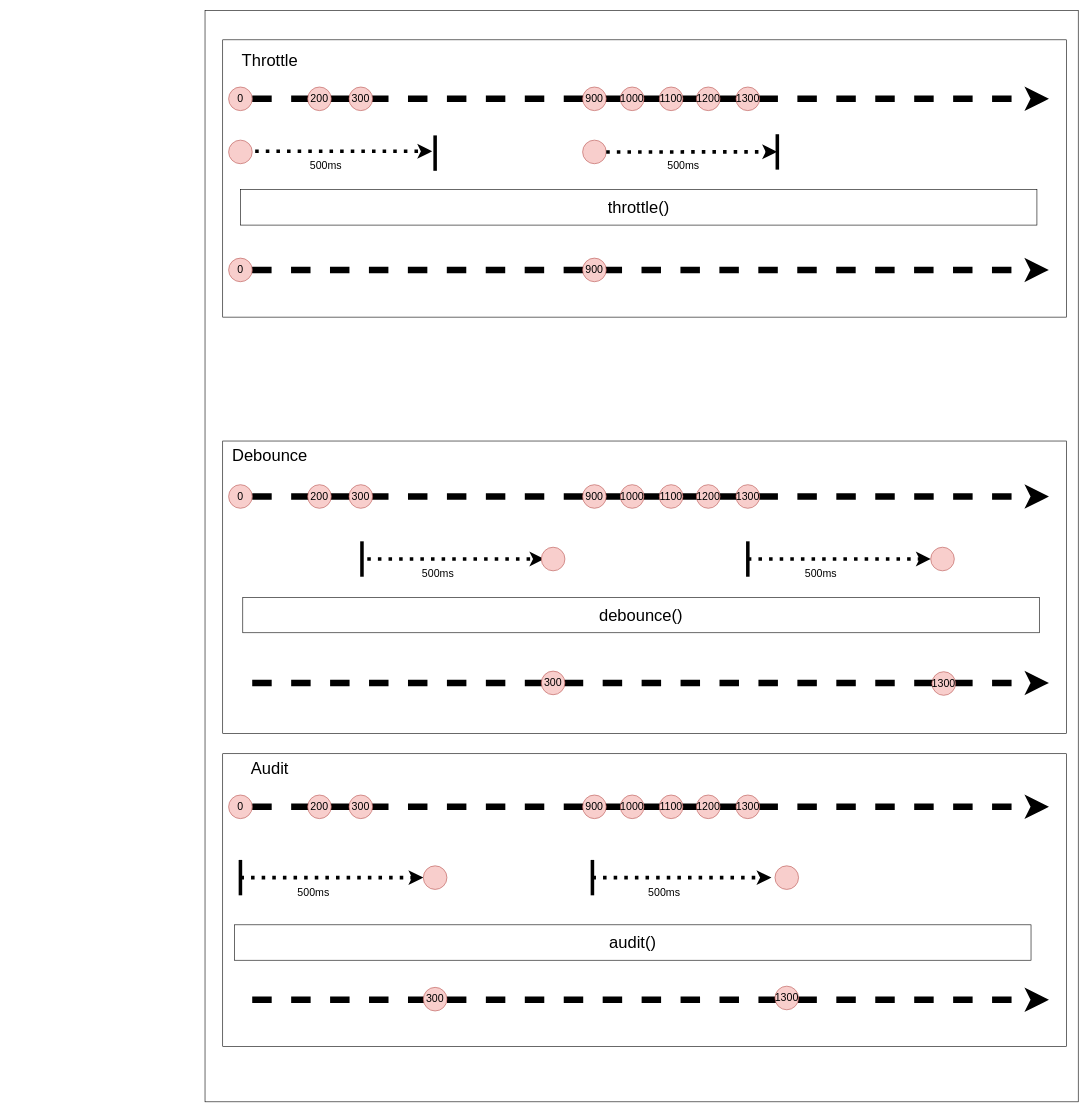
Earlier version of the draw.io diagram diagrams/EventFunction.drawio (50ra4/react-carousel-sample). Source tidied: cells renumbered, new cells numbered last; positions are measured from the earlier drawing's top-left corner, leaving out a move shared by most shapes. Both pictures are drawn from the tidied source at 59%, with x=0, y=0 at pixel (10, 10).
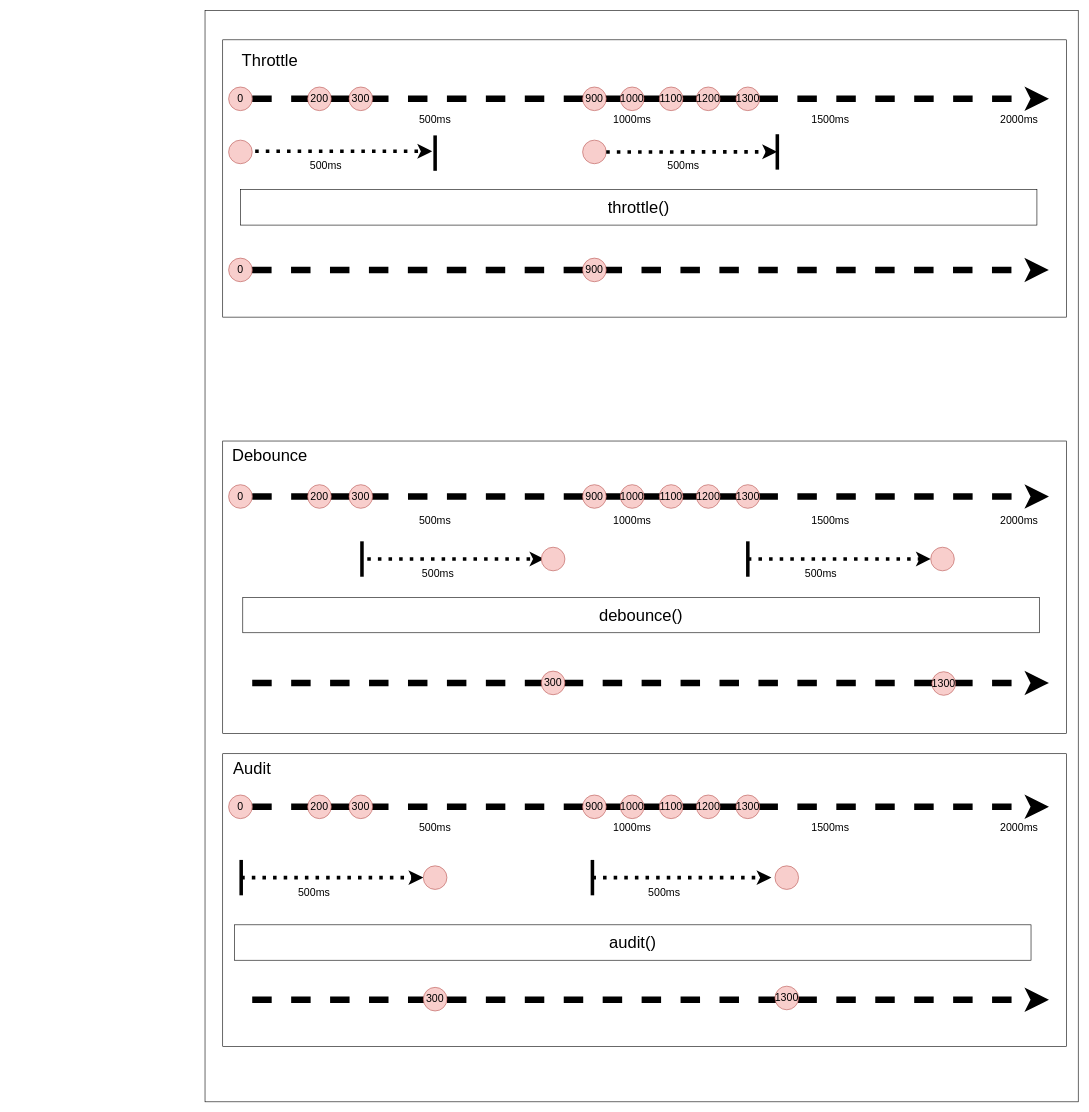
The same page after the edit.

The change refers to these unchanged cells:
```xml
<mxCell id="3" style="group;" parent="1" vertex="1">
  <mxGeometry x="360" y="730" width="1430" height="496" as="geometry" />
</mxCell>
<mxCell id="62" style="group;" parent="1" vertex="1">
  <mxGeometry x="360" y="1260" width="1430" height="496" as="geometry" />
</mxCell>
```

The edit, as a diff of the source:
```diff
@@
+    <mxCell id="91" value="500ms" style="text;html=1;strokeColor=none;fillColor=none;align=center;verticalAlign=middle;whiteSpace=wrap;rounded=0;fontSize=18;" parent="3" vertex="1">
+      <mxGeometry x="330" y="120" width="60" height="30" as="geometry" />
+    </mxCell>
+    <mxCell id="92" value="1000ms" style="text;html=1;strokeColor=none;fillColor=none;align=center;verticalAlign=middle;whiteSpace=wrap;rounded=0;fontSize=18;" parent="3" vertex="1">
+      <mxGeometry x="664" y="120" width="60" height="30" as="geometry" />
+    </mxCell>
+    <mxCell id="93" value="1500ms" style="text;html=1;strokeColor=none;fillColor=none;align=center;verticalAlign=middle;whiteSpace=wrap;rounded=0;fontSize=18;" parent="3" vertex="1">
+      <mxGeometry x="1000" y="120" width="60" height="30" as="geometry" />
+    </mxCell>
+    <mxCell id="94" value="2000ms" style="text;html=1;strokeColor=none;fillColor=none;align=center;verticalAlign=middle;whiteSpace=wrap;rounded=0;fontSize=18;" parent="3" vertex="1">
+      <mxGeometry x="1320" y="120" width="60" height="30" as="geometry" />
+    </mxCell>
@@
     <mxCell id="8" style="group;" parent="1" vertex="1">
-      <mxGeometry x="370" y="130" width="962.2" height="40" as="geometry" />
+      <mxGeometry x="370" y="130" width="962.2" height="70" as="geometry" />
     </mxCell>
@@
+    <mxCell id="95" value="500ms" style="text;html=1;strokeColor=none;fillColor=none;align=center;verticalAlign=middle;whiteSpace=wrap;rounded=0;fontSize=18;" parent="8" vertex="1">
+      <mxGeometry x="320" y="40" width="60" height="30" as="geometry" />
+    </mxCell>
+    <mxCell id="96" value="1000ms" style="text;html=1;strokeColor=none;fillColor=none;align=center;verticalAlign=middle;whiteSpace=wrap;rounded=0;fontSize=18;" parent="8" vertex="1">
+      <mxGeometry x="654" y="40" width="60" height="30" as="geometry" />
+    </mxCell>
@@
     <mxCell id="64" value="Audit" style="text;html=1;strokeColor=none;fillColor=none;align=center;verticalAlign=middle;whiteSpace=wrap;rounded=0;fontSize=28;" parent="62" vertex="1">
-      <mxGeometry width="160" height="50" as="geometry" />
+      <mxGeometry width="100" height="50" as="geometry" />
     </mxCell>
@@
+    <mxCell id="97" value="500ms" style="text;html=1;strokeColor=none;fillColor=none;align=center;verticalAlign=middle;whiteSpace=wrap;rounded=0;fontSize=18;" parent="62" vertex="1">
+      <mxGeometry x="330" y="110" width="60" height="30" as="geometry" />
+    </mxCell>
+    <mxCell id="98" value="1000ms" style="text;html=1;strokeColor=none;fillColor=none;align=center;verticalAlign=middle;whiteSpace=wrap;rounded=0;fontSize=18;" parent="62" vertex="1">
+      <mxGeometry x="664" y="110" width="60" height="30" as="geometry" />
+    </mxCell>
+    <mxCell id="99" value="1500ms" style="text;html=1;strokeColor=none;fillColor=none;align=center;verticalAlign=middle;whiteSpace=wrap;rounded=0;fontSize=18;" parent="62" vertex="1">
+      <mxGeometry x="1000" y="110" width="60" height="30" as="geometry" />
+    </mxCell>
+    <mxCell id="100" value="2000ms" style="text;html=1;strokeColor=none;fillColor=none;align=center;verticalAlign=middle;whiteSpace=wrap;rounded=0;fontSize=18;" parent="62" vertex="1">
+      <mxGeometry x="1320" y="110" width="60" height="30" as="geometry" />
+    </mxCell>
@@
-    <mxCell id="86" style="group;" parent="1" vertex="1">
-      <mxGeometry y="1450" width="700" height="70" as="geometry" />
-    </mxCell>
-    <mxCell id="87" style="group;" parent="86" vertex="1">
-      <mxGeometry x="390" y="20" width="310" height="40" as="geometry" />
+    <mxCell id="87" style="group;" parent="1" vertex="1">
+      <mxGeometry x="391.3" y="1470" width="308.7" height="40" as="geometry" />
     </mxCell>
     <mxCell id="88" value="500ms" style="text;html=1;strokeColor=none;fillColor=none;align=center;verticalAlign=middle;whiteSpace=wrap;rounded=0;fontSize=18;" parent="87" vertex="1">
-      <mxGeometry x="93" y="10" width="62" height="30" as="geometry" />
+      <mxGeometry x="92.6" y="10" width="61.7" height="30" as="geometry" />
     </mxCell>
     <mxCell id="89" style="endArrow=classic;html=1;fontSize=18;strokeWidth=6;dashed=1;dashPattern=1 2;" parent="87" edge="1">
       <mxGeometry relative="1" as="geometry">
         <mxPoint as="sourcePoint" />
-        <mxPoint x="310" as="targetPoint" />
+        <mxPoint x="308.7" as="targetPoint" />
       </mxGeometry>
     </mxCell>
@@
+    <mxCell id="101" value="1500ms" style="text;html=1;strokeColor=none;fillColor=none;align=center;verticalAlign=middle;whiteSpace=wrap;rounded=0;fontSize=18;" parent="1" vertex="1">
+      <mxGeometry x="1360" y="170" width="60" height="30" as="geometry" />
+    </mxCell>
+    <mxCell id="102" value="2000ms" style="text;html=1;strokeColor=none;fillColor=none;align=center;verticalAlign=middle;whiteSpace=wrap;rounded=0;fontSize=18;" parent="1" vertex="1">
+      <mxGeometry x="1680" y="170" width="60" height="30" as="geometry" />
+    </mxCell>
```
